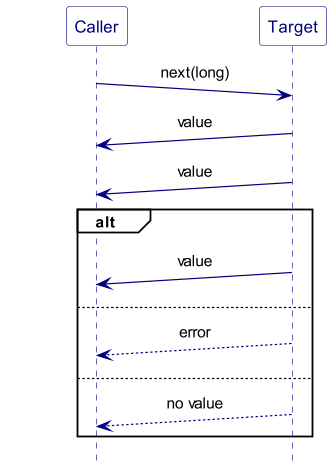
Earlier version of the PlantUML export images/pattern_Iterator_with_batching.png (ti-cortex-m4/demo-java-reactive-streams-old).
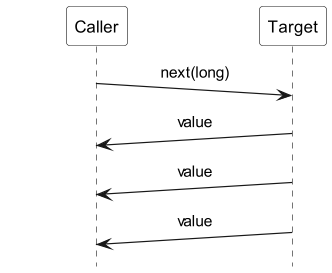
The same diagram one commit later.

Change to the diagram source:
```diff
@@ -9,13 +9,6 @@
 Caller ->(10) Target : next(long)
 Target ->(10) Caller : value
 Target ->(10) Caller : value
-
-alt
 Target ->(10) Caller : value
-else
-Target -->(10) Caller : error
-else
-Target -->(10) Caller : no value
-end
 
 @enduml
```
